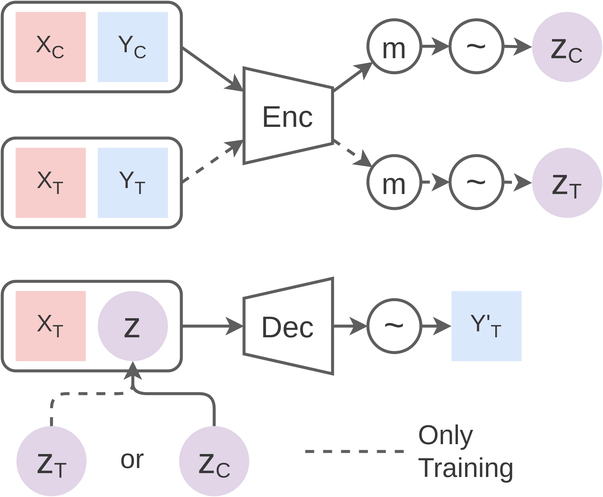
Before: neural_process/NPs.png, a diagram exported from draw.io (toonnyy8/PPT). Source tidied: cells renumbered, new cells last; positions are measured from the earlier drawing's top-left corner, leaving out a move shared by most shapes. Source of this version:
```xml
<mxGraphModel math="1">
  <root>
    <mxCell id="0" />
    <mxCell id="1" parent="0" />
    <mxCell id="2" style="group;" parent="1" vertex="1">
      <mxGeometry width="402" height="331" as="geometry" />
    </mxCell>
    <mxCell id="3" style="group;" parent="2" vertex="1">
      <mxGeometry x="162" y="44" width="61.6" height="64" as="geometry" />
    </mxCell>
    <mxCell id="4" style="shape=trapezoid;perimeter=trapezoidPerimeter;whiteSpace=wrap;html=1;fixedSize=1;labelBackgroundColor=none;fontSize=24;fontColor=#383838;strokeColor=#5E5E5E;strokeWidth=2;fillColor=none;rotation=90;size=13.330000000000041;" parent="3" vertex="1">
      <mxGeometry x="-2.3" y="2.3" width="64" height="59.3" as="geometry" />
    </mxCell>
    <mxCell id="5" style="group;fontColor=#383838;strokeColor=none;" parent="3" vertex="1">
      <mxGeometry x="3.1" y="18" width="53.1" height="28" as="geometry" />
    </mxCell>
    <mxCell id="6" value="&lt;font style=&quot;font-size: 20px&quot;&gt;Enc&lt;/font&gt;" style="rounded=1;whiteSpace=wrap;html=1;strokeColor=none;strokeWidth=2;fontSize=16;fontColor=#383838;fillColor=none;" parent="5" vertex="1">
      <mxGeometry width="53.1" height="28" as="geometry" />
    </mxCell>
    <mxCell id="7" style="rounded=0;jettySize=auto;html=1;exitX=0.25;exitY=0;exitDx=0;exitDy=0;fontSize=24;fontColor=#383838;strokeColor=#5E5E5E;strokeWidth=2;" parent="2" edge="1" source="4" target="38">
      <mxGeometry relative="1" as="geometry" />
    </mxCell>
    <mxCell id="8" style="group;" parent="2" vertex="1">
      <mxGeometry width="120" height="60" as="geometry" />
    </mxCell>
    <mxCell id="9" style="rounded=1;whiteSpace=wrap;html=1;strokeColor=#5E5E5E;strokeWidth=2;fontSize=16;fontColor=#383838;fillColor=none;" parent="8" vertex="1">
      <mxGeometry width="120" height="60" as="geometry" />
    </mxCell>
    <mxCell id="10" style="group;fontSize=16;fontColor=#383838;fillColor=none;" parent="8" vertex="1">
      <mxGeometry x="9" y="6.5" width="102" height="47" as="geometry" />
    </mxCell>
    <mxCell id="11" value="X&lt;sub&gt;&lt;font style=&quot;font-size: 12px&quot;&gt;C&lt;/font&gt;&lt;/sub&gt;" style="whiteSpace=wrap;html=1;strokeColor=none;strokeWidth=2;fillColor=#f8cecc;fontSize=16;fontColor=#383838;" parent="10" vertex="1">
      <mxGeometry width="47" height="47" as="geometry" />
    </mxCell>
    <mxCell id="12" value="Y&lt;sub&gt;&lt;font style=&quot;font-size: 12px&quot;&gt;C&lt;/font&gt;&lt;/sub&gt;" style="whiteSpace=wrap;html=1;strokeColor=none;strokeWidth=2;fillColor=#dae8fc;fontSize=16;fontColor=#383838;" parent="10" vertex="1">
      <mxGeometry x="55" width="47" height="47" as="geometry" />
    </mxCell>
    <mxCell id="13" style="rounded=0;jettySize=auto;html=1;exitX=1;exitY=0.5;exitDx=0;exitDy=0;fontSize=22;fontColor=#383838;strokeColor=#5E5E5E;strokeWidth=2;entryX=0.25;entryY=1;entryDx=0;entryDy=0;" parent="2" edge="1" source="9" target="4">
      <mxGeometry relative="1" as="geometry" />
    </mxCell>
    <mxCell id="14" style="group;" parent="2" vertex="1">
      <mxGeometry y="91" width="120" height="60" as="geometry" />
    </mxCell>
    <mxCell id="15" style="rounded=1;whiteSpace=wrap;html=1;strokeColor=#5E5E5E;strokeWidth=2;fontSize=16;fontColor=#383838;fillColor=none;" parent="14" vertex="1">
      <mxGeometry width="120" height="60" as="geometry" />
    </mxCell>
    <mxCell id="16" style="group;fontSize=16;fontColor=#383838;fillColor=none;" parent="14" vertex="1">
      <mxGeometry x="9" y="6.5" width="102" height="47" as="geometry" />
    </mxCell>
    <mxCell id="17" value="X&lt;sub&gt;&lt;font style=&quot;font-size: 12px&quot;&gt;T&lt;/font&gt;&lt;/sub&gt;" style="whiteSpace=wrap;html=1;strokeColor=none;strokeWidth=2;fillColor=#f8cecc;fontSize=16;fontColor=#383838;" parent="16" vertex="1">
      <mxGeometry width="47" height="47" as="geometry" />
    </mxCell>
    <mxCell id="18" value="Y&lt;sub&gt;&lt;font style=&quot;font-size: 12px&quot;&gt;T&lt;/font&gt;&lt;/sub&gt;" style="whiteSpace=wrap;html=1;strokeColor=none;strokeWidth=2;fillColor=#dae8fc;fontSize=16;fontColor=#383838;" parent="16" vertex="1">
      <mxGeometry x="55" width="47" height="47" as="geometry" />
    </mxCell>
    <mxCell id="19" style="rounded=0;jettySize=auto;html=1;exitX=1;exitY=0.5;exitDx=0;exitDy=0;fontSize=22;fontColor=#383838;strokeColor=#5E5E5E;strokeWidth=2;entryX=0.75;entryY=1;entryDx=0;entryDy=0;dashed=1;" parent="2" edge="1" source="15" target="4">
      <mxGeometry relative="1" as="geometry" />
    </mxCell>
    <mxCell id="20" style="rounded=0;jettySize=auto;html=1;exitX=0.75;exitY=0;exitDx=0;exitDy=0;fontSize=22;fontColor=#383838;strokeColor=#5E5E5E;strokeWidth=2;dashed=1;" parent="2" edge="1" source="4" target="22">
      <mxGeometry relative="1" as="geometry" />
    </mxCell>
    <mxCell id="21" style="group;" parent="2" vertex="1">
      <mxGeometry x="245" y="97.5" width="157" height="47" as="geometry" />
    </mxCell>
    <mxCell id="22" value="&lt;font style=&quot;font-size: 20px&quot;&gt;m&lt;/font&gt;" style="ellipse;whiteSpace=wrap;html=1;fontSize=24;fontColor=#383838;strokeColor=#5E5E5E;strokeWidth=2;fillColor=none;" parent="21" vertex="1">
      <mxGeometry y="5.2" width="35.5" height="35.5" as="geometry" />
    </mxCell>
    <mxCell id="23" style="edgeStyle=orthogonalEdgeStyle;rounded=0;jettySize=auto;html=1;exitX=1;exitY=0.5;exitDx=0;exitDy=0;entryX=0;entryY=0.5;entryDx=0;entryDy=0;fontSize=20;fontColor=#383838;endArrow=classic;endFill=1;strokeColor=#5E5E5E;strokeWidth=2;dashed=1;" parent="21" edge="1" source="22" target="24">
      <mxGeometry relative="1" as="geometry" />
    </mxCell>
    <mxCell id="24" value="&lt;font style=&quot;font-size: 24px&quot;&gt;~&lt;/font&gt;" style="ellipse;whiteSpace=wrap;html=1;fontSize=24;fontColor=#383838;strokeColor=#5E5E5E;strokeWidth=2;fillColor=none;" parent="21" vertex="1">
      <mxGeometry x="55" y="5.2" width="35.5" height="35.5" as="geometry" />
    </mxCell>
    <mxCell id="25" value="&lt;font color=&quot;#383838&quot;&gt;&lt;span style=&quot;font-size: 24px&quot;&gt;z&lt;/span&gt;&lt;sub&gt;&lt;font style=&quot;font-size: 14px&quot;&gt;T&lt;/font&gt;&lt;/sub&gt;&lt;/font&gt;" style="ellipse;whiteSpace=wrap;html=1;fillColor=#e1d5e7;strokeColor=none;" parent="21" vertex="1">
      <mxGeometry x="110" width="47" height="47" as="geometry" />
    </mxCell>
    <mxCell id="26" style="rounded=0;jettySize=auto;html=1;exitX=1;exitY=0.5;exitDx=0;exitDy=0;fontSize=22;fontColor=#383838;strokeColor=#5E5E5E;strokeWidth=2;entryX=0;entryY=0.5;entryDx=0;entryDy=0;dashed=1;" parent="21" edge="1" source="24" target="25">
      <mxGeometry relative="1" as="geometry" />
    </mxCell>
    <mxCell id="27" style="group;" parent="2" vertex="1">
      <mxGeometry x="162" y="185" width="59.3" height="64" as="geometry" />
    </mxCell>
    <mxCell id="28" style="shape=trapezoid;perimeter=trapezoidPerimeter;whiteSpace=wrap;html=1;fixedSize=1;labelBackgroundColor=none;fontSize=24;fontColor=#383838;strokeColor=#5E5E5E;strokeWidth=2;fillColor=none;rotation=-90;size=13.330000000000041;" parent="27" vertex="1">
      <mxGeometry x="-2.3" y="2.3" width="64" height="59.3" as="geometry" />
    </mxCell>
    <mxCell id="29" style="group;fontColor=#383838;strokeColor=none;" parent="27" vertex="1">
      <mxGeometry x="3.1" y="18" width="53.1" height="28" as="geometry" />
    </mxCell>
    <mxCell id="30" value="&lt;font style=&quot;font-size: 20px&quot;&gt;Dec&lt;/font&gt;" style="rounded=1;whiteSpace=wrap;html=1;strokeColor=none;strokeWidth=2;fontSize=16;fontColor=#383838;fillColor=none;" parent="29" vertex="1">
      <mxGeometry width="53.1" height="28" as="geometry" />
    </mxCell>
    <mxCell id="31" style="rounded=0;jettySize=auto;html=1;exitX=0.5;exitY=1;exitDx=0;exitDy=0;entryX=0;entryY=0.5;entryDx=0;entryDy=0;fontSize=24;fontColor=#383838;endArrow=classic;endFill=1;strokeColor=#5E5E5E;strokeWidth=2;" parent="2" edge="1" source="28" target="46">
      <mxGeometry relative="1" as="geometry" />
    </mxCell>
    <mxCell id="32" style="rounded=0;jettySize=auto;html=1;exitX=1;exitY=0.5;exitDx=0;exitDy=0;entryX=0.5;entryY=0;entryDx=0;entryDy=0;fontSize=20;fontColor=#383838;endArrow=classic;endFill=1;strokeColor=#5E5E5E;strokeWidth=2;" parent="2" edge="1" target="28">
      <mxGeometry relative="1" as="geometry">
        <mxPoint x="120" y="217" as="sourcePoint" />
      </mxGeometry>
    </mxCell>
    <mxCell id="33" style="group;" parent="2" vertex="1">
      <mxGeometry y="187" width="120" height="60" as="geometry" />
    </mxCell>
    <mxCell id="34" style="rounded=1;whiteSpace=wrap;html=1;strokeColor=#5E5E5E;strokeWidth=2;fontSize=16;fontColor=#383838;fillColor=none;" parent="33" vertex="1">
      <mxGeometry width="120" height="60" as="geometry" />
    </mxCell>
    <mxCell id="35" value="X&lt;sub&gt;&lt;font style=&quot;font-size: 12px&quot;&gt;T&lt;/font&gt;&lt;/sub&gt;" style="whiteSpace=wrap;html=1;strokeColor=none;strokeWidth=2;fillColor=#f8cecc;fontSize=16;fontColor=#383838;" parent="33" vertex="1">
      <mxGeometry x="9" y="6.5" width="47" height="47" as="geometry" />
    </mxCell>
    <mxCell id="36" value="&lt;font color=&quot;#383838&quot;&gt;&lt;span style=&quot;font-size: 24px&quot;&gt;z&lt;/span&gt;&lt;/font&gt;" style="ellipse;whiteSpace=wrap;html=1;fillColor=#e1d5e7;strokeColor=none;" parent="33" vertex="1">
      <mxGeometry x="64" y="6.5" width="47" height="47" as="geometry" />
    </mxCell>
    <mxCell id="37" style="group;" parent="2" vertex="1">
      <mxGeometry x="245" y="6.5" width="157" height="47" as="geometry" />
    </mxCell>
    <mxCell id="38" value="&lt;font style=&quot;font-size: 20px&quot;&gt;m&lt;/font&gt;" style="ellipse;whiteSpace=wrap;html=1;fontSize=24;fontColor=#383838;strokeColor=#5E5E5E;strokeWidth=2;fillColor=none;" parent="37" vertex="1">
      <mxGeometry y="5.2" width="35.5" height="35.5" as="geometry" />
    </mxCell>
    <mxCell id="39" style="edgeStyle=orthogonalEdgeStyle;rounded=0;jettySize=auto;html=1;exitX=1;exitY=0.5;exitDx=0;exitDy=0;entryX=0;entryY=0.5;entryDx=0;entryDy=0;fontSize=20;fontColor=#383838;endArrow=classic;endFill=1;strokeColor=#5E5E5E;strokeWidth=2;" parent="37" edge="1" source="38" target="40">
      <mxGeometry relative="1" as="geometry" />
    </mxCell>
    <mxCell id="40" value="&lt;font style=&quot;font-size: 24px&quot;&gt;~&lt;/font&gt;" style="ellipse;whiteSpace=wrap;html=1;fontSize=24;fontColor=#383838;strokeColor=#5E5E5E;strokeWidth=2;fillColor=none;" parent="37" vertex="1">
      <mxGeometry x="55" y="5.2" width="35.5" height="35.5" as="geometry" />
    </mxCell>
    <mxCell id="41" value="&lt;font color=&quot;#383838&quot;&gt;&lt;span style=&quot;font-size: 24px&quot;&gt;z&lt;/span&gt;&lt;sub&gt;&lt;font style=&quot;font-size: 14px&quot;&gt;C&lt;/font&gt;&lt;/sub&gt;&lt;/font&gt;" style="ellipse;whiteSpace=wrap;html=1;fillColor=#e1d5e7;strokeColor=none;" parent="37" vertex="1">
      <mxGeometry x="110" width="47" height="47" as="geometry" />
    </mxCell>
    <mxCell id="42" style="rounded=0;jettySize=auto;html=1;exitX=1;exitY=0.5;exitDx=0;exitDy=0;fontSize=22;fontColor=#383838;strokeColor=#5E5E5E;strokeWidth=2;entryX=0;entryY=0.5;entryDx=0;entryDy=0;" parent="37" edge="1" source="40" target="41">
      <mxGeometry relative="1" as="geometry" />
    </mxCell>
    <mxCell id="43" style="group;" parent="2" vertex="1">
      <mxGeometry x="245" y="193.5" width="103" height="47" as="geometry" />
    </mxCell>
    <mxCell id="44" value="Y'&lt;sub&gt;&lt;font style=&quot;font-size: 12px&quot;&gt;T&lt;/font&gt;&lt;/sub&gt;" style="whiteSpace=wrap;html=1;strokeColor=none;strokeWidth=2;fillColor=#dae8fc;fontSize=16;fontColor=#383838;" parent="43" vertex="1">
      <mxGeometry x="56" width="47" height="47" as="geometry" />
    </mxCell>
    <mxCell id="45" style="rounded=0;jettySize=auto;html=1;exitX=1;exitY=0.5;exitDx=0;exitDy=0;entryX=0;entryY=0.5;entryDx=0;entryDy=0;fontSize=24;fontColor=#383838;endArrow=classic;endFill=1;strokeColor=#5E5E5E;strokeWidth=2;" parent="43" edge="1" source="46" target="44">
      <mxGeometry relative="1" as="geometry" />
    </mxCell>
    <mxCell id="46" value="&lt;font style=&quot;font-size: 24px&quot;&gt;~&lt;/font&gt;" style="ellipse;whiteSpace=wrap;html=1;fontSize=24;fontColor=#383838;strokeColor=#5E5E5E;strokeWidth=2;fillColor=none;" parent="43" vertex="1">
      <mxGeometry y="5.8" width="35.5" height="35.5" as="geometry" />
    </mxCell>
    <mxCell id="47" style="group;" parent="2" vertex="1">
      <mxGeometry x="9.5" y="284" width="156" height="47" as="geometry" />
    </mxCell>
    <mxCell id="48" value="&lt;font color=&quot;#383838&quot;&gt;&lt;span style=&quot;font-size: 24px&quot;&gt;z&lt;/span&gt;&lt;sub&gt;&lt;font style=&quot;font-size: 14px&quot;&gt;C&lt;/font&gt;&lt;/sub&gt;&lt;/font&gt;" style="ellipse;whiteSpace=wrap;html=1;fillColor=#e1d5e7;strokeColor=none;" parent="47" vertex="1">
      <mxGeometry x="109" width="47" height="47" as="geometry" />
    </mxCell>
    <mxCell id="49" value="&lt;font color=&quot;#383838&quot;&gt;&lt;span style=&quot;font-size: 24px&quot;&gt;z&lt;/span&gt;&lt;sub&gt;&lt;font style=&quot;font-size: 14px&quot;&gt;T&lt;/font&gt;&lt;/sub&gt;&lt;/font&gt;" style="ellipse;whiteSpace=wrap;html=1;fillColor=#e1d5e7;strokeColor=none;" parent="47" vertex="1">
      <mxGeometry width="47" height="47" as="geometry" />
    </mxCell>
    <mxCell id="50" value="or" style="text;strokeColor=none;fillColor=none;align=center;verticalAlign=middle;rounded=0;fontSize=18;fontColor=#383838;" parent="47" vertex="1">
      <mxGeometry x="47.5" y="5.5" width="61" height="30" as="geometry" />
    </mxCell>
    <mxCell id="51" style="edgeStyle=orthogonalEdgeStyle;rounded=1;jettySize=auto;exitX=0.5;exitY=0;exitDx=0;exitDy=0;fontSize=14;fontColor=#383838;strokeColor=#5E5E5E;strokeWidth=2;entryX=0.5;entryY=1;entryDx=0;entryDy=0;" parent="2" edge="1" source="48" target="36">
      <mxGeometry relative="1" as="geometry" />
    </mxCell>
    <mxCell id="52" style="edgeStyle=orthogonalEdgeStyle;rounded=1;jettySize=auto;exitX=0.5;exitY=0;exitDx=0;exitDy=0;entryX=0.5;entryY=1;entryDx=0;entryDy=0;fontSize=14;fontColor=#383838;strokeColor=#5E5E5E;strokeWidth=2;dashed=1;" parent="2" edge="1" source="49" target="36">
      <mxGeometry relative="1" as="geometry" />
    </mxCell>
    <mxCell id="53" style="endArrow=none;dashed=1;rounded=0;fontSize=18;fontColor=#383838;strokeColor=#5E5E5E;strokeWidth=2;" parent="2" edge="1">
      <mxGeometry relative="1" as="geometry">
        <mxPoint x="203" y="301" as="sourcePoint" />
        <mxPoint x="271" y="301" as="targetPoint" />
      </mxGeometry>
    </mxCell>
    <mxCell id="54" value="Only&#10;Training" style="text;strokeColor=none;fillColor=none;align=left;verticalAlign=middle;rounded=0;fontSize=18;fontColor=#383838;" parent="2" vertex="1">
      <mxGeometry x="277" y="278" width="74" height="43" as="geometry" />
    </mxCell>
  </root>
</mxGraphModel>
```
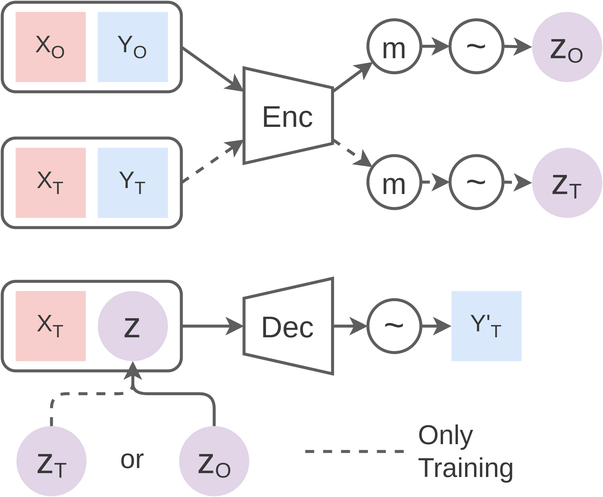
After the commit.

Diff of the diagram source:
```diff
@@ -29,10 +29,10 @@
     <mxCell id="10" style="group;fontSize=16;fontColor=#383838;fillColor=none;" parent="8" vertex="1">
       <mxGeometry x="9" y="6.5" width="102" height="47" as="geometry" />
     </mxCell>
-    <mxCell id="11" value="X&lt;sub&gt;&lt;font style=&quot;font-size: 12px&quot;&gt;C&lt;/font&gt;&lt;/sub&gt;" style="whiteSpace=wrap;html=1;strokeColor=none;strokeWidth=2;fillColor=#f8cecc;fontSize=16;fontColor=#383838;" parent="10" vertex="1">
+    <mxCell id="11" value="X&lt;sub&gt;&lt;font style=&quot;font-size: 12px&quot;&gt;O&lt;/font&gt;&lt;/sub&gt;" style="whiteSpace=wrap;html=1;strokeColor=none;strokeWidth=2;fillColor=#f8cecc;fontSize=16;fontColor=#383838;" parent="10" vertex="1">
       <mxGeometry width="47" height="47" as="geometry" />
     </mxCell>
-    <mxCell id="12" value="Y&lt;sub&gt;&lt;font style=&quot;font-size: 12px&quot;&gt;C&lt;/font&gt;&lt;/sub&gt;" style="whiteSpace=wrap;html=1;strokeColor=none;strokeWidth=2;fillColor=#dae8fc;fontSize=16;fontColor=#383838;" parent="10" vertex="1">
+    <mxCell id="12" value="Y&lt;sub&gt;&lt;font style=&quot;font-size: 12px&quot;&gt;O&lt;/font&gt;&lt;/sub&gt;" style="whiteSpace=wrap;html=1;strokeColor=none;strokeWidth=2;fillColor=#dae8fc;fontSize=16;fontColor=#383838;" parent="10" vertex="1">
       <mxGeometry x="55" width="47" height="47" as="geometry" />
     </mxCell>
     <mxCell id="13" style="rounded=0;jettySize=auto;html=1;exitX=1;exitY=0.5;exitDx=0;exitDy=0;fontSize=22;fontColor=#383838;strokeColor=#5E5E5E;strokeWidth=2;entryX=0.25;entryY=1;entryDx=0;entryDy=0;" parent="2" edge="1" source="9" target="4">
@@ -121,7 +121,7 @@
     <mxCell id="40" value="&lt;font style=&quot;font-size: 24px&quot;&gt;~&lt;/font&gt;" style="ellipse;whiteSpace=wrap;html=1;fontSize=24;fontColor=#383838;strokeColor=#5E5E5E;strokeWidth=2;fillColor=none;" parent="37" vertex="1">
       <mxGeometry x="55" y="5.2" width="35.5" height="35.5" as="geometry" />
     </mxCell>
-    <mxCell id="41" value="&lt;font color=&quot;#383838&quot;&gt;&lt;span style=&quot;font-size: 24px&quot;&gt;z&lt;/span&gt;&lt;sub&gt;&lt;font style=&quot;font-size: 14px&quot;&gt;C&lt;/font&gt;&lt;/sub&gt;&lt;/font&gt;" style="ellipse;whiteSpace=wrap;html=1;fillColor=#e1d5e7;strokeColor=none;" parent="37" vertex="1">
+    <mxCell id="41" value="&lt;font color=&quot;#383838&quot;&gt;&lt;span style=&quot;font-size: 24px&quot;&gt;z&lt;/span&gt;&lt;sub&gt;&lt;font style=&quot;font-size: 14px&quot;&gt;O&lt;/font&gt;&lt;/sub&gt;&lt;/font&gt;" style="ellipse;whiteSpace=wrap;html=1;fillColor=#e1d5e7;strokeColor=none;" parent="37" vertex="1">
       <mxGeometry x="110" width="47" height="47" as="geometry" />
     </mxCell>
     <mxCell id="42" style="rounded=0;jettySize=auto;html=1;exitX=1;exitY=0.5;exitDx=0;exitDy=0;fontSize=22;fontColor=#383838;strokeColor=#5E5E5E;strokeWidth=2;entryX=0;entryY=0.5;entryDx=0;entryDy=0;" parent="37" edge="1" source="40" target="41">
@@ -142,7 +142,7 @@
     <mxCell id="47" style="group;" parent="2" vertex="1">
       <mxGeometry x="9.5" y="284" width="156" height="47" as="geometry" />
     </mxCell>
-    <mxCell id="48" value="&lt;font color=&quot;#383838&quot;&gt;&lt;span style=&quot;font-size: 24px&quot;&gt;z&lt;/span&gt;&lt;sub&gt;&lt;font style=&quot;font-size: 14px&quot;&gt;C&lt;/font&gt;&lt;/sub&gt;&lt;/font&gt;" style="ellipse;whiteSpace=wrap;html=1;fillColor=#e1d5e7;strokeColor=none;" parent="47" vertex="1">
+    <mxCell id="48" value="&lt;font color=&quot;#383838&quot;&gt;&lt;span style=&quot;font-size: 24px&quot;&gt;z&lt;/span&gt;&lt;sub&gt;&lt;font style=&quot;font-size: 14px&quot;&gt;O&lt;/font&gt;&lt;/sub&gt;&lt;/font&gt;" style="ellipse;whiteSpace=wrap;html=1;fillColor=#e1d5e7;strokeColor=none;" parent="47" vertex="1">
       <mxGeometry x="109" width="47" height="47" as="geometry" />
     </mxCell>
     <mxCell id="49" value="&lt;font color=&quot;#383838&quot;&gt;&lt;span style=&quot;font-size: 24px&quot;&gt;z&lt;/span&gt;&lt;sub&gt;&lt;font style=&quot;font-size: 14px&quot;&gt;T&lt;/font&gt;&lt;/sub&gt;&lt;/font&gt;" style="ellipse;whiteSpace=wrap;html=1;fillColor=#e1d5e7;strokeColor=none;" parent="47" vertex="1">
```
